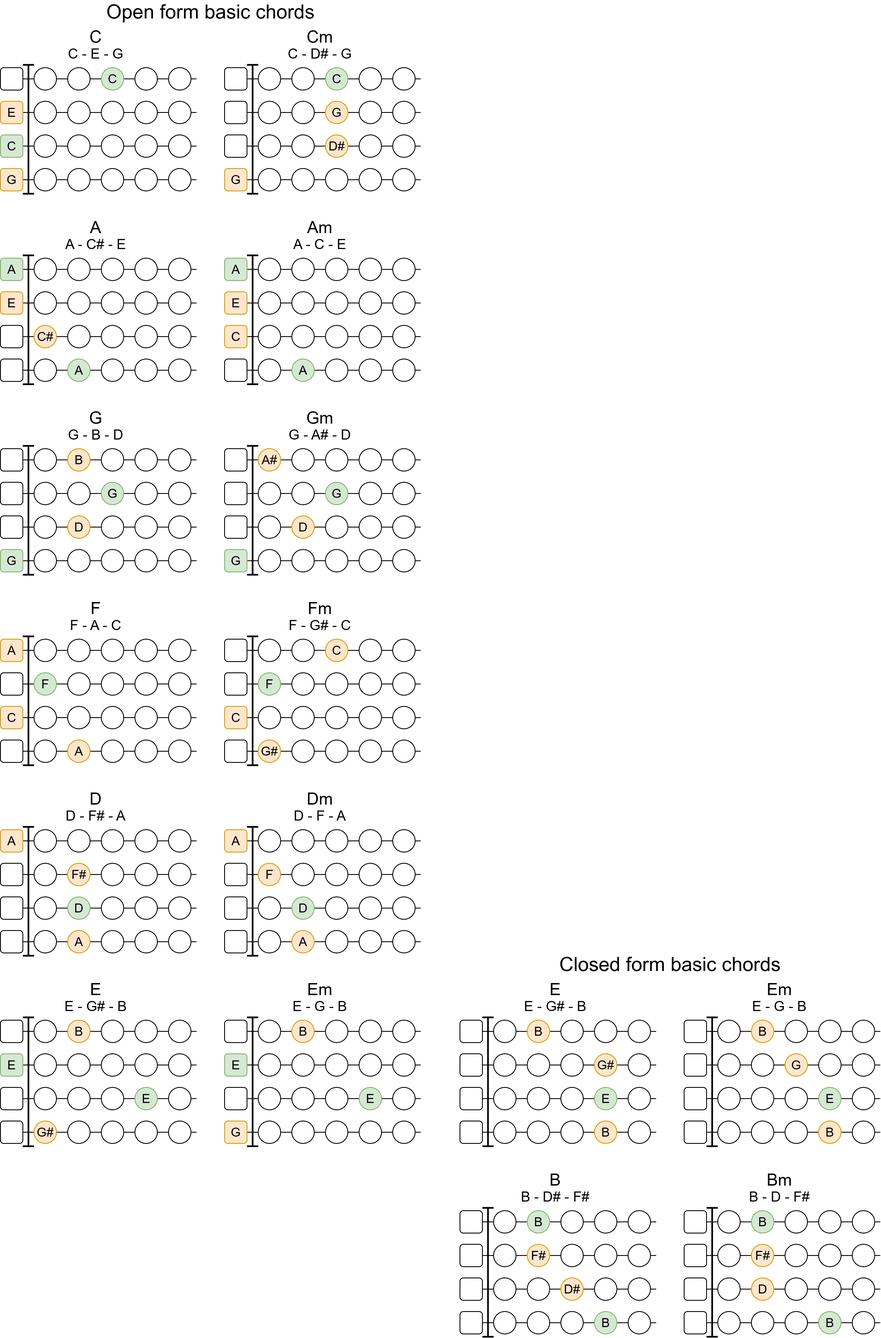
Before: Images/UkuleleBasicChords.png, a diagram exported from draw.io (enzoevers/Guitar-Ukulele-method). Source tidied: cells renumbered, new cells last; positions are measured from the earlier drawing's top-left corner, leaving out a move shared by most shapes.
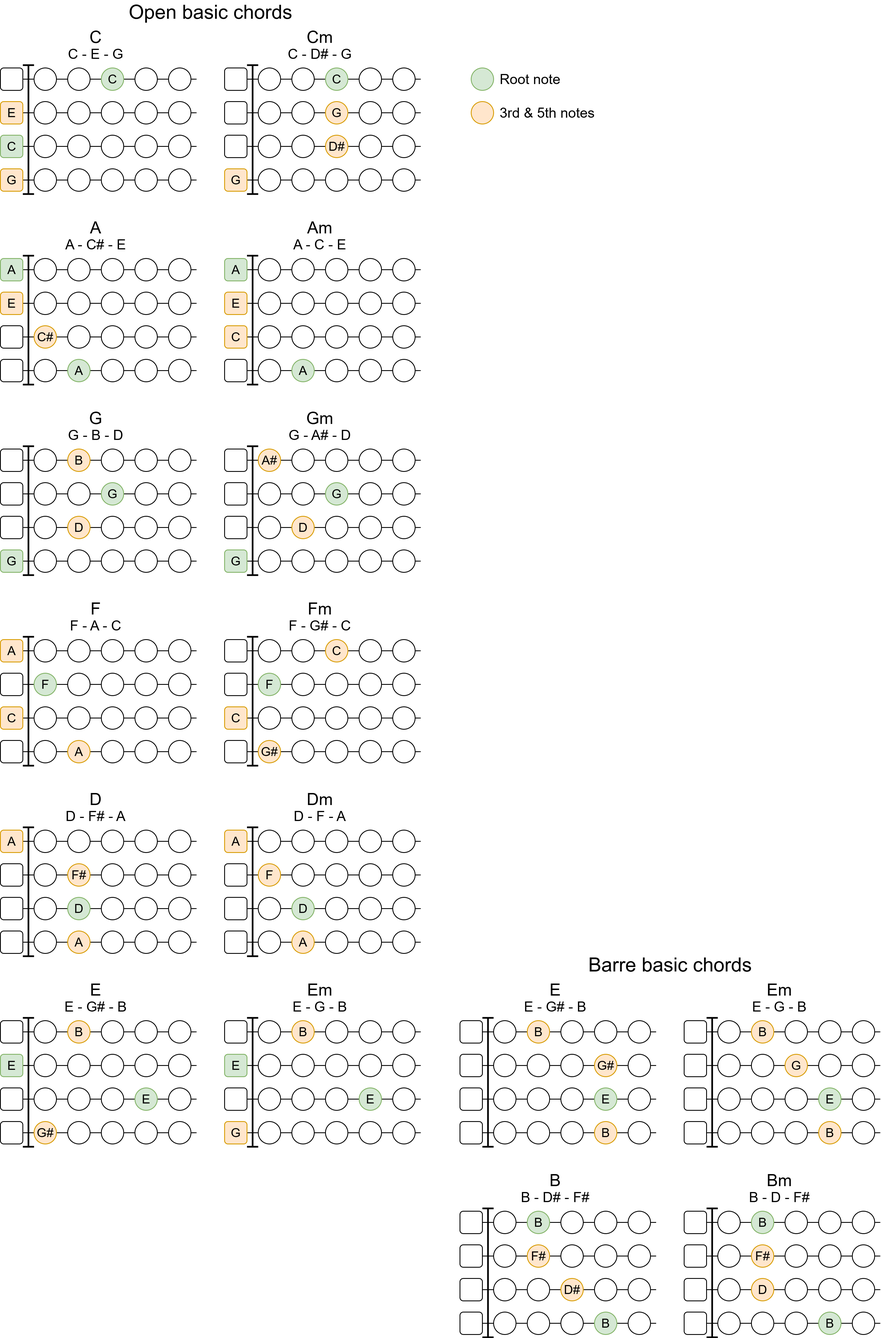
After the change.

Commit message:
Add section about the minor scale and about building chords (#32)

Diff of the diagram source:
```diff
@@ -26,7 +26,7 @@
     <mxCell id="9" value="&lt;font style=&quot;font-size: 60px;&quot;&gt;Dm&lt;/font&gt;" style="text;html=1;align=center;verticalAlign=middle;whiteSpace=wrap;rounded=0;strokeWidth=12;" parent="1" vertex="1">
       <mxGeometry x="1000" y="2820" width="280" height="60" as="geometry" />
     </mxCell>
-    <mxCell id="10" value="&lt;font style=&quot;font-size: 70px;&quot;&gt;Open form basic chords&lt;/font&gt;" style="text;html=1;align=center;verticalAlign=middle;whiteSpace=wrap;rounded=0;strokeWidth=12;" parent="1" vertex="1">
+    <mxCell id="10" value="&lt;font style=&quot;font-size: 70px;&quot;&gt;Open basic chords&lt;/font&gt;" style="text;html=1;align=center;verticalAlign=middle;whiteSpace=wrap;rounded=0;strokeWidth=12;" parent="1" vertex="1">
       <mxGeometry width="1500" height="80" as="geometry" />
     </mxCell>
     <mxCell id="11" value="&lt;font style=&quot;font-size: 50px;&quot;&gt;G - B - D&lt;/font&gt;" style="text;html=1;align=center;verticalAlign=middle;whiteSpace=wrap;rounded=0;strokeWidth=12;" parent="1" vertex="1">
@@ -1621,8 +1621,20 @@
     <mxCell id="498" style="shape=crossbar;whiteSpace=wrap;html=1;rounded=1;direction=south;strokeWidth=6;" parent="1" vertex="1">
       <mxGeometry x="880" y="2270" width="40" height="460" as="geometry" />
     </mxCell>
-    <mxCell id="499" value="&lt;font style=&quot;font-size: 70px;&quot;&gt;Closed form basic chords&lt;/font&gt;" style="text;html=1;align=center;verticalAlign=middle;whiteSpace=wrap;rounded=0;strokeWidth=12;" parent="1" vertex="1">
+    <mxCell id="499" value="&lt;font style=&quot;font-size: 70px;&quot;&gt;Barre basic chords&lt;/font&gt;" style="text;html=1;align=center;verticalAlign=middle;whiteSpace=wrap;rounded=0;strokeWidth=12;" parent="1" vertex="1">
       <mxGeometry x="1640" y="3400" width="1500" height="80" as="geometry" />
     </mxCell>
+    <mxCell id="500" style="ellipse;whiteSpace=wrap;html=1;strokeWidth=3;fillColor=#d5e8d4;strokeColor=#82b366;fontSize=45;" parent="1" vertex="1">
+      <mxGeometry x="1680" y="240" width="80" height="80" as="geometry" />
+    </mxCell>
+    <mxCell id="501" style="ellipse;whiteSpace=wrap;html=1;strokeWidth=3;fontSize=45;fillColor=#ffe6cc;strokeColor=#d79b00;" parent="1" vertex="1">
+      <mxGeometry x="1680" y="360" width="80" height="80" as="geometry" />
+    </mxCell>
+    <mxCell id="502" value="&lt;font style=&quot;font-size: 50px;&quot;&gt;Root note&lt;/font&gt;" style="text;html=1;align=left;verticalAlign=middle;whiteSpace=wrap;rounded=0;strokeWidth=12;" parent="1" vertex="1">
+      <mxGeometry x="1780" y="250" width="360" height="60" as="geometry" />
+    </mxCell>
+    <mxCell id="503" value="&lt;font style=&quot;font-size: 50px;&quot;&gt;3rd &amp;amp; 5th notes&lt;/font&gt;" style="text;html=1;align=left;verticalAlign=middle;whiteSpace=wrap;rounded=0;strokeWidth=12;" parent="1" vertex="1">
+      <mxGeometry x="1780" y="370" width="360" height="60" as="geometry" />
+    </mxCell>
   </root>
 </mxGraphModel>
```
